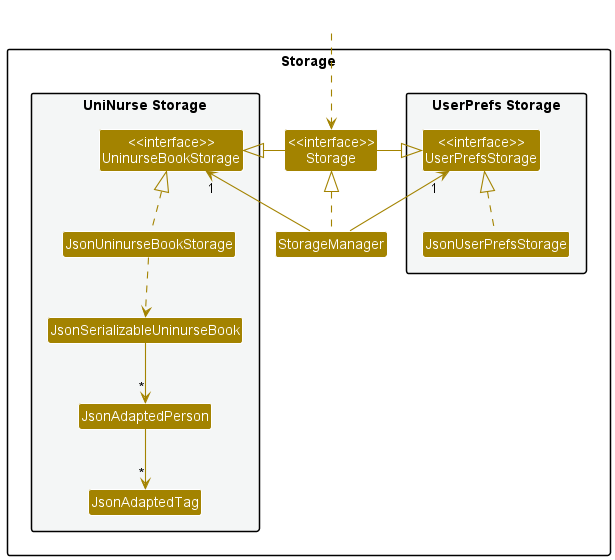
This is docs/images/StorageClassDiagram.png from nus-cs2103-AY2223S1/tp, a PlantUML export, as it was before one commit.
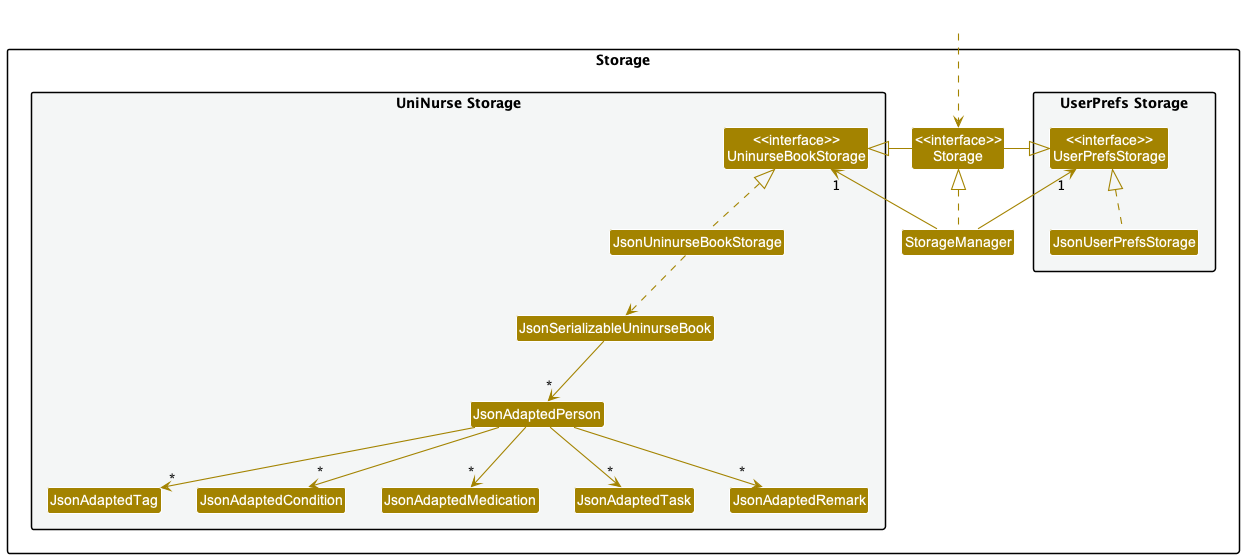
After the commit.

Commit message:
Fixed class diagrams for Model and Storage

Diff of the diagram source:
```diff
@@ -20,6 +20,10 @@
 Class JsonSerializableUninurseBook
 Class JsonAdaptedPerson
 Class JsonAdaptedTag
+Class JsonAdaptedCondition
+Class JsonAdaptedMedication
+Class JsonAdaptedTask
+Class JsonAdaptedRemark
 }
 
 }
@@ -40,4 +44,9 @@
 JsonSerializableUninurseBook --> "*" JsonAdaptedPerson
 JsonAdaptedPerson --> "*" JsonAdaptedTag
 
+JsonAdaptedPerson --> "*" JsonAdaptedCondition
+JsonAdaptedPerson --> "*" JsonAdaptedMedication
+JsonAdaptedPerson --> "*" JsonAdaptedTask
+JsonAdaptedPerson --> "*" JsonAdaptedRemark
+
 @enduml
```
